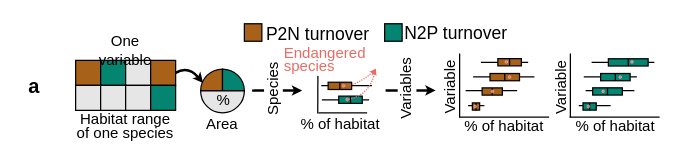
The draw.io diagram docs/fig1_flow.drawio in LLeiSong/SClimpact, before the edit. Source tidied: cells renumbered, new cells numbered last; positions are measured from the earlier drawing's top-left corner, leaving out a move shared by most shapes. Both pictures are drawn from the tidied source at 125%, with x=0, y=0 at pixel (21, 22).
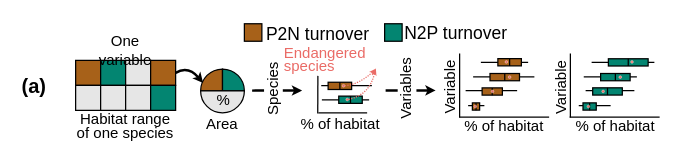
Above is the later version.

Commit message (it also covers changes not shown here):
Finish figure 1-3 and their associates

What changed in the source:
```diff
@@
-    <mxCell id="80" value="a" style="text;html=1;align=center;verticalAlign=middle;whiteSpace=wrap;rounded=0;fontFamily=Merriweather;spacing=0;fontStyle=1;fontSize=16;" parent="1" vertex="1">
+    <mxCell id="80" value="(a)" style="text;html=1;align=center;verticalAlign=middle;whiteSpace=wrap;rounded=0;fontFamily=Merriweather;spacing=0;fontStyle=1;fontSize=16;" parent="1" vertex="1">
       <mxGeometry y="40.8" width="20" height="18" as="geometry" />
     </mxCell>
```
